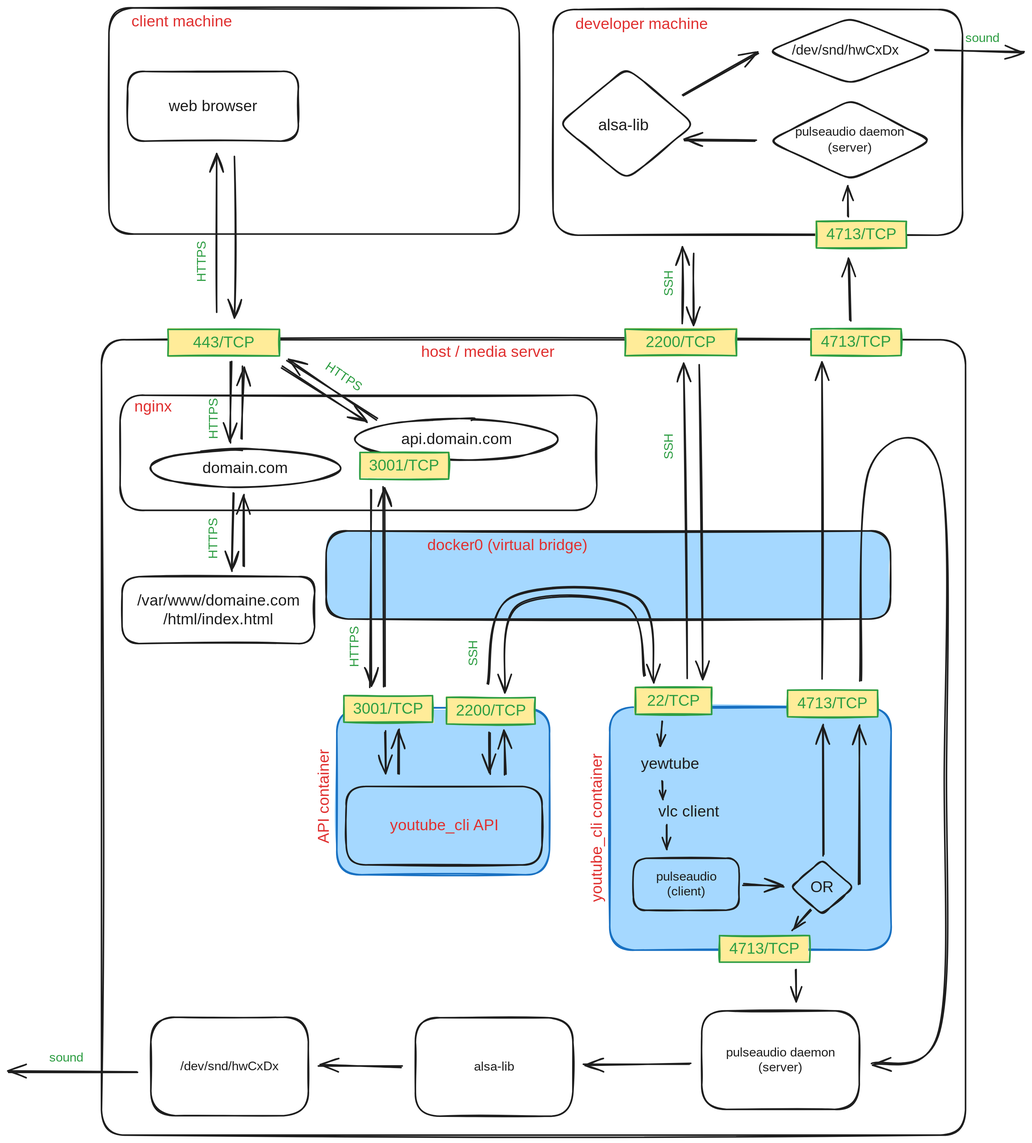
Earlier version of the Excalidraw export docs/assets/project-architecture.svg (AlexisDelahaye7/youtube-remote-for-home-server). Source tidied: one line per element, renumbered; positions are measured from the earlier drawing's top-left corner, leaving out a move shared by most shapes.
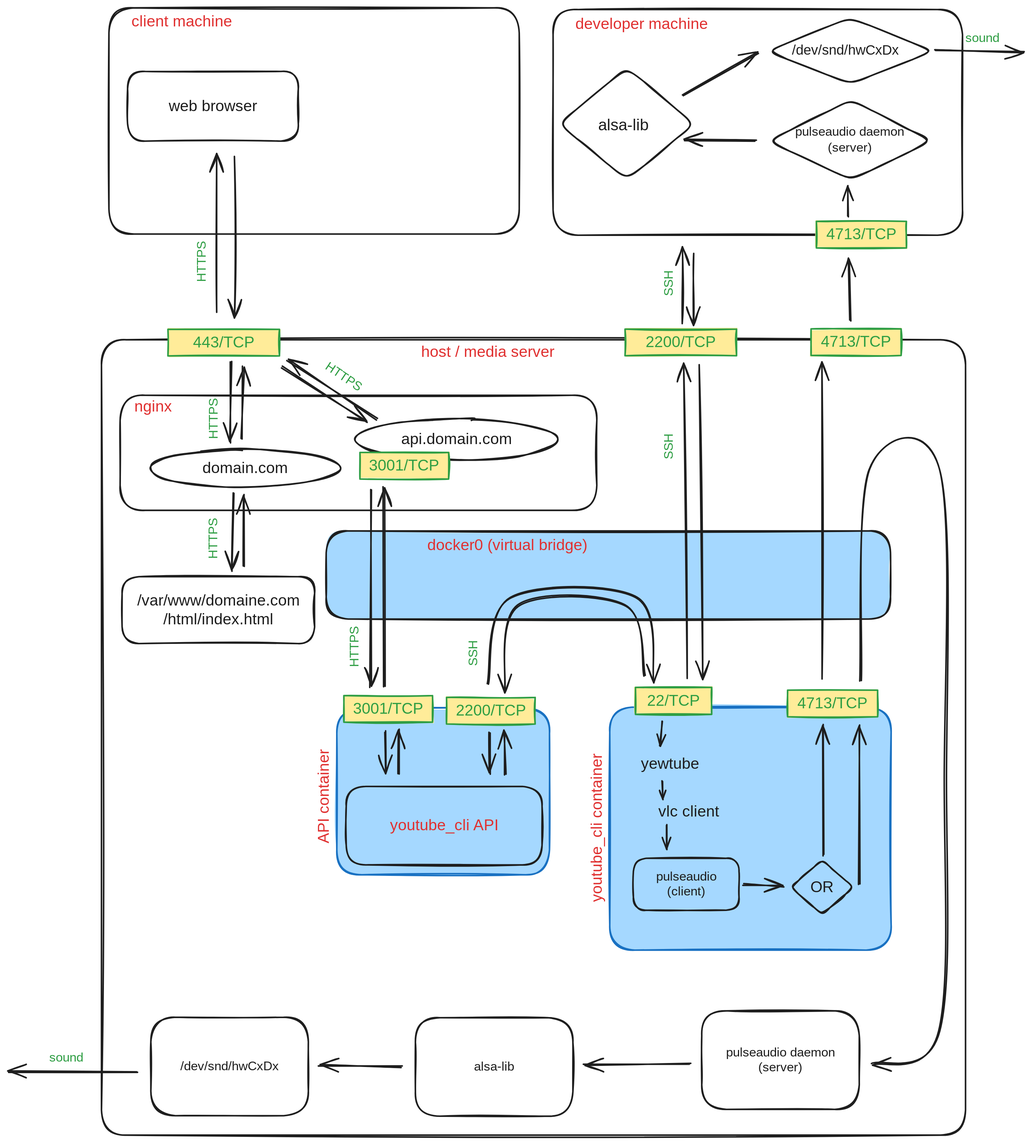
The same diagram one commit later.

Commit message:
doc(architecture schema): updated

What changed in the source:
```diff
@@ -87,13 +87,9 @@
 {"id": 86, "type": "arrow", "strokeColor": "#1e1e1e", "strokeWidth": 2, "roughness": 1, "endArrowhead": "arrow", "round": true, "from": 73, "to": 17, "x": 471, "y": 526, "width": 114, "height": 76, "points": [[0, 0], [-114, -76]]}
 {"id": 87, "type": "rectangle", "strokeColor": "#2f9e44", "backgroundColor": "#ffec99", "fillStyle": "solid", "strokeWidth": 2, "roughness": 1, "x": 449, "y": 568, "width": 113, "height": 34}
 {"id": 88, "type": "text", "text": "3001/TCP", "strokeColor": "#2f9e44", "backgroundColor": "#ffec99", "fillStyle": "solid", "strokeWidth": 2, "roughness": 1, "fontSize": 20, "fontFamily": 3, "textAlign": "center", "verticalAlign": "middle", "inside": 87, "x": 459, "y": 573, "width": 94, "height": 24}
-{"id": 89, "type": "arrow", "strokeColor": "#1e1e1e", "strokeWidth": 2, "roughness": 1, "endArrowhead": "arrow", "round": true, "from": 93, "to": 46, "x": 1006, "y": 1230, "width": 0, "height": 41, "points": [[0, 0], [0, 41]]}
 {"id": 90, "type": "arrow", "strokeColor": "#1e1e1e", "strokeWidth": 2, "roughness": 1, "endArrowhead": "arrow", "round": true, "from": 26, "to": 39, "x": 1041, "y": 1083, "width": 0, "height": 167, "points": [[0, 0], [0, -167]]}
 {"id": 91, "type": "arrow", "strokeColor": "#1e1e1e", "strokeWidth": 2, "roughness": 1, "endArrowhead": "arrow", "round": true, "from": 43, "to": 41, "x": 1076, "y": 401, "width": 2, "height": 79, "points": [[0, 0], [-2, -79]]}
 {"id": 92, "type": "arrow", "strokeColor": "#1e1e1e", "strokeWidth": 2, "roughness": 1, "endArrowhead": "arrow", "round": true, "from": 41, "to": 35, "x": 1073, "y": 267, "width": 0, "height": 39, "points": [[0, 0], [0, -39]]}
-{"id": 93, "type": "rectangle", "strokeColor": "#2f9e44", "backgroundColor": "#ffec99", "fillStyle": "solid", "strokeWidth": 2, "roughness": 1, "x": 909, "y": 1186, "width": 115, "height": 34}
-{"id": 94, "type": "text", "text": "4713/TCP", "strokeColor": "#2f9e44", "backgroundColor": "#ffec99", "fillStyle": "solid", "strokeWidth": 2, "roughness": 1, "fontSize": 20, "fontFamily": 3, "textAlign": "center", "verticalAlign": "middle", "inside": 93, "x": 919, "y": 1191, "width": 94, "height": 24}
-{"id": 95, "type": "arrow", "strokeColor": "#1e1e1e", "strokeWidth": 2, "roughness": 1, "endArrowhead": "arrow", "round": true, "from": 26, "to": 93, "x": 1025, "y": 1154, "width": 22, "height": 25, "points": [[0, 0], [-22, 25]]}
 {"id": 96, "type": "text", "text": "youtube_cli container", "strokeColor": "#e03131", "angle": 4.71, "strokeWidth": 2, "roughness": 1, "fontSize": 20, "fontFamily": 3, "textAlign": "center", "x": 629, "y": 1036, "width": 246, "height": 24}
 {"id": 97, "type": "text", "text": "API container", "strokeColor": "#e03131", "angle": 4.71, "strokeWidth": 2, "roughness": 1, "fontSize": 20, "fontFamily": 3, "textAlign": "center", "x": 327, "y": 996, "width": 152, "height": 24}
 {"id": 98, "type": "text", "text": "HTTPS", "strokeColor": "#2f9e44", "angle": 4.71, "strokeWidth": 2, "roughness": 1, "fontSize": 16, "fontFamily": 3, "x": 239, "y": 518, "width": 47, "height": 19}
```
